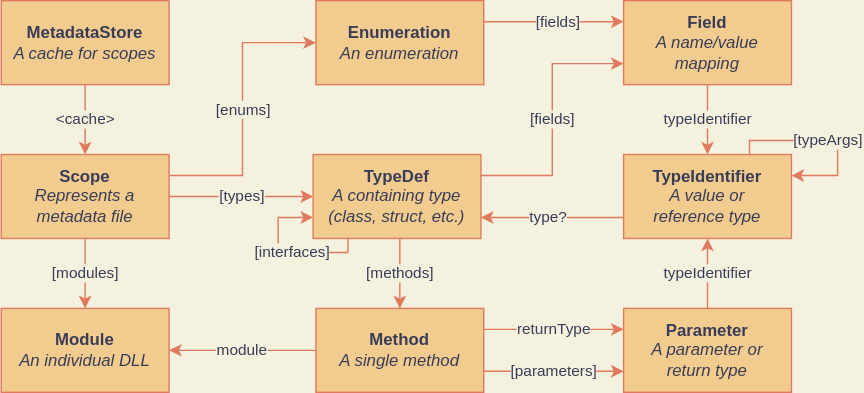
Above: metadata.drawio.svg in halildurmus/win32 (draw.io), before the change. Source tidied: cells renumbered, new cells last; positions are measured from the earlier drawing's top-left corner, leaving out a move shared by most shapes.
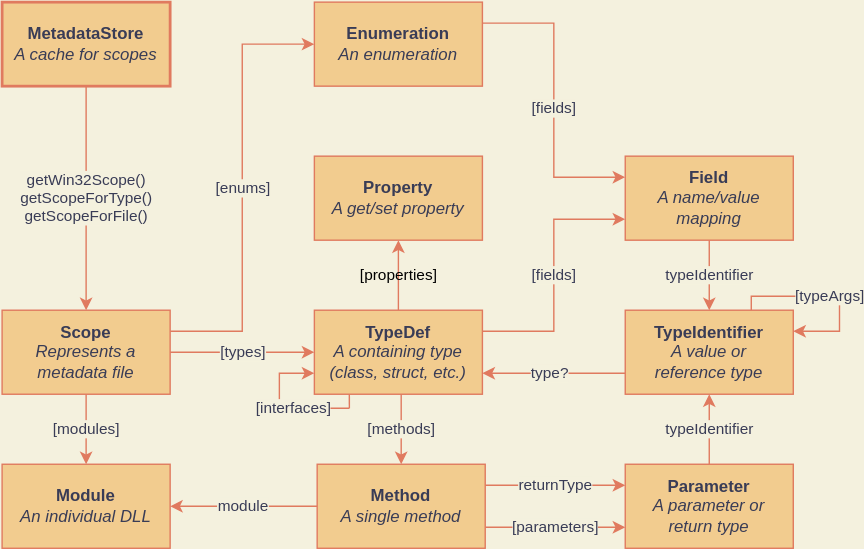
After the change.

Commit message:
Update diagram for Parameter

Change to the diagram source:
```diff
@@ -2,11 +2,11 @@
   <root>
     <mxCell id="0" />
     <mxCell id="1" parent="0" />
-    <mxCell id="2" value="&amp;lt;cache&amp;gt;" style="edgeStyle=orthogonalEdgeStyle;rounded=0;jettySize=auto;html=1;strokeColor=#E07A5F;fontColor=#393C56;labelBackgroundColor=#F4F1DE;" parent="1" edge="1" source="3" target="7">
+    <mxCell id="2" value="getWin32Scope()&lt;br&gt;getScopeForType()&lt;br&gt;getScopeForFile()" style="edgeStyle=orthogonalEdgeStyle;rounded=0;jettySize=auto;html=1;strokeColor=#E07A5F;fontColor=#393C56;labelBackgroundColor=#F4F1DE;" parent="1" edge="1" source="3" target="7">
       <mxGeometry relative="1" as="geometry" />
     </mxCell>
-    <mxCell id="3" value="&lt;b&gt;MetadataStore&lt;/b&gt;&lt;br&gt;&lt;i&gt;A cache for scopes&lt;/i&gt;" style="whiteSpace=wrap;html=1;fillColor=#F2CC8F;strokeColor=#E07A5F;fontColor=#393C56;" parent="1" vertex="1">
-      <mxGeometry width="120" height="60" as="geometry" />
+    <mxCell id="3" value="&lt;b&gt;MetadataStore&lt;/b&gt;&lt;br&gt;&lt;i&gt;A cache for scopes&lt;/i&gt;" style="whiteSpace=wrap;html=1;fillColor=#F2CC8F;strokeColor=#E07A5F;fontColor=#393C56;strokeWidth=2;" parent="1" vertex="1">
+      <mxGeometry y="-110" width="120" height="60" as="geometry" />
     </mxCell>
     <mxCell id="4" value="[types]" style="edgeStyle=orthogonalEdgeStyle;rounded=0;jettySize=auto;html=1;strokeColor=#E07A5F;fontColor=#393C56;labelBackgroundColor=#F4F1DE;" parent="1" edge="1" source="7" target="9">
       <mxGeometry relative="1" as="geometry" />
@@ -28,6 +28,9 @@
         </Array>
       </mxGeometry>
     </mxCell>
+    <mxCell id="27" value="[properties]" style="edgeStyle=orthogonalEdgeStyle;rounded=0;jettySize=auto;html=1;strokeColor=#E07A5F;labelBackgroundColor=none;" parent="1" edge="1" source="9" target="28">
+      <mxGeometry relative="1" as="geometry" />
+    </mxCell>
     <mxCell id="9" value="&lt;b&gt;TypeDef&lt;/b&gt;&lt;br&gt;&lt;i&gt;A containing type (class, struct, etc.)&lt;/i&gt;" style="whiteSpace=wrap;html=1;fillColor=#F2CC8F;strokeColor=#E07A5F;fontColor=#393C56;" parent="1" vertex="1">
       <mxGeometry x="223" y="110" width="120" height="60" as="geometry" />
     </mxCell>
@@ -68,7 +71,7 @@
       <mxGeometry x="0.06" relative="1" as="geometry" />
     </mxCell>
     <mxCell id="20" value="&lt;b&gt;Enumeration&lt;br&gt;&lt;/b&gt;&lt;i&gt;An enumeration&lt;/i&gt;" style="whiteSpace=wrap;html=1;fillColor=#F2CC8F;strokeColor=#E07A5F;fontColor=#393C56;" parent="1" vertex="1">
-      <mxGeometry x="225" width="120" height="60" as="geometry" />
+      <mxGeometry x="223" y="-110" width="120" height="60" as="geometry" />
     </mxCell>
     <mxCell id="21" value="&lt;b&gt;Field&lt;/b&gt;&lt;br&gt;&lt;i&gt;A name/value mapping&lt;/i&gt;" style="whiteSpace=wrap;html=1;fillColor=#F2CC8F;strokeColor=#E07A5F;fontColor=#393C56;" parent="1" vertex="1">
       <mxGeometry x="445" width="120" height="60" as="geometry" />
@@ -98,5 +101,8 @@
         <mxPoint x="505" y="110" as="targetPoint" />
       </mxGeometry>
     </mxCell>
+    <mxCell id="28" value="&lt;b&gt;Property&lt;br&gt;&lt;/b&gt;&lt;i&gt;A get/set property&lt;/i&gt;" style="whiteSpace=wrap;html=1;fillColor=#F2CC8F;strokeColor=#E07A5F;fontColor=#393C56;" parent="1" vertex="1">
+      <mxGeometry x="223" width="120" height="60" as="geometry" />
+    </mxCell>
   </root>
 </mxGraphModel>
```
